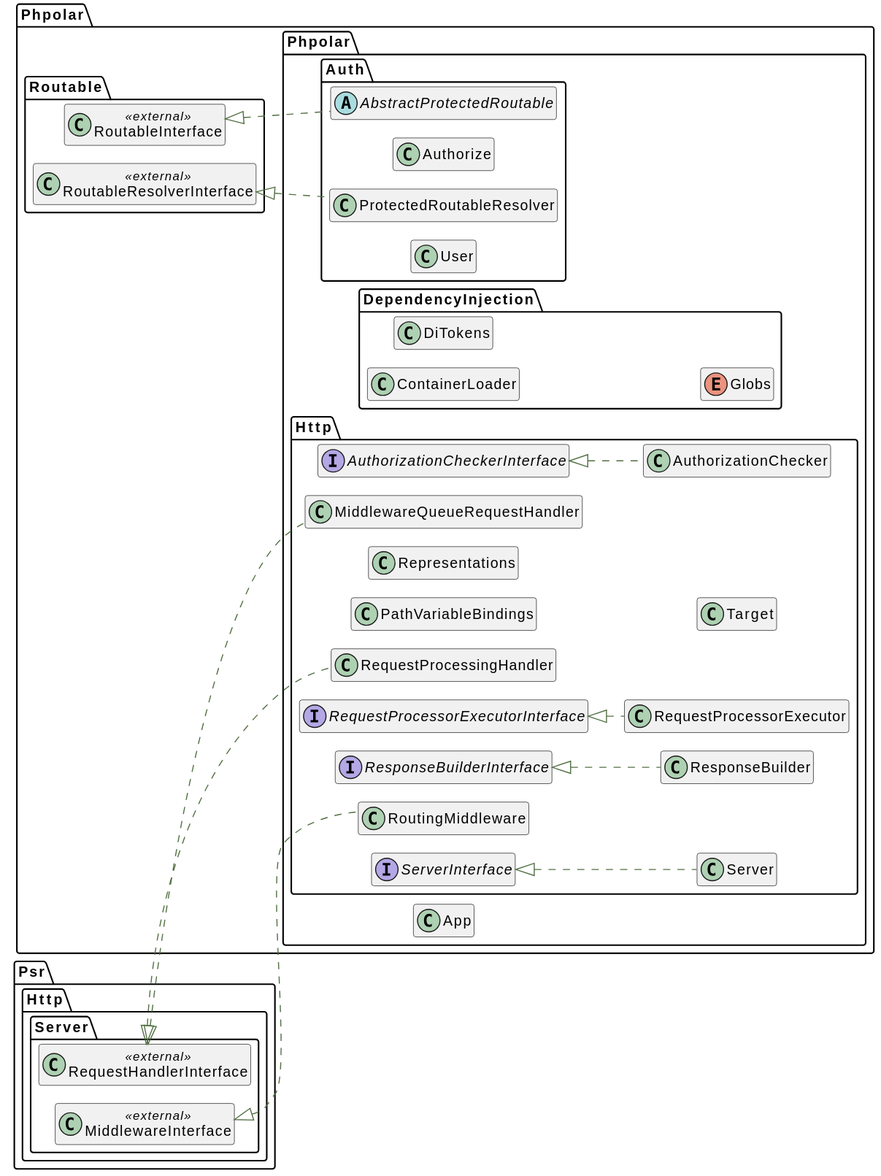
Before: docs/graphs/classes.svg, a diagram exported from PlantUML (phpolar/phpolar).
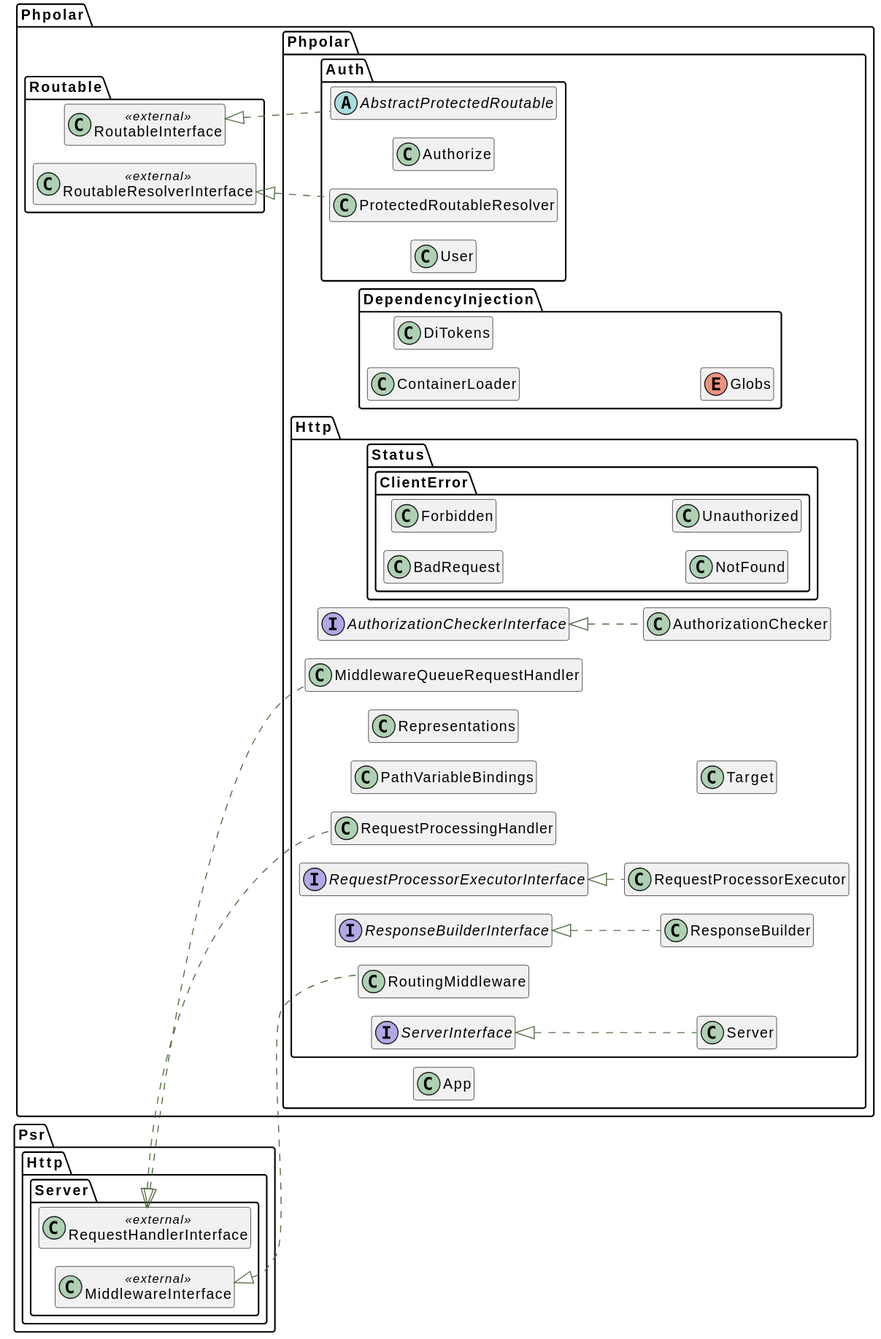
Later version of the same file.

Diff of the diagram source:
```diff
@@ -117,4 +117,20 @@
      class "Target" as Target__class    {
     }
 }
+namespace Phpolar\\Phpolar\\Http\\Status\\ClientError {
+     class "BadRequest" as BadRequest__class    {
+    }
+}
+namespace Phpolar\\Phpolar\\Http\\Status\\ClientError {
+     class "Forbidden" as Forbidden__class    {
+    }
+}
+namespace Phpolar\\Phpolar\\Http\\Status\\ClientError {
+     class "NotFound" as NotFound__class    {
+    }
+}
+namespace Phpolar\\Phpolar\\Http\\Status\\ClientError {
+     class "Unauthorized" as Unauthorized__class    {
+    }
+}
 @enduml
```
